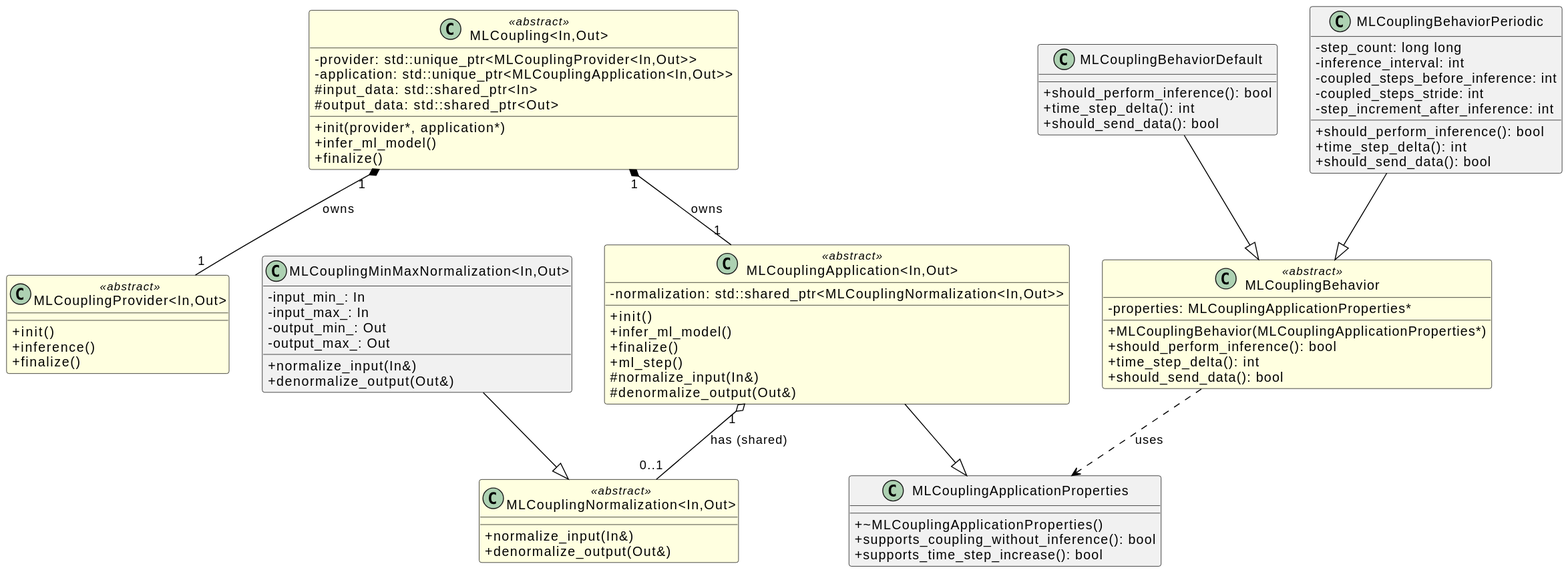
Before: documentation/CPP_NEW_ML_Interface.svg, a diagram exported from PlantUML (chrisb09/CPP-ML-Interface). Source of this version:
```plantuml
@startuml
skinparam classAttributeIconSize 0
skinparam backgroundColor #FFFFFF
skinparam class {
    BackgroundColor<<abstract>> LightYellow
    BorderColor Black
    ArrowColor Black
}


class "MLCoupling<In,Out>" <<abstract>> {
    - provider: std::unique_ptr<MLCouplingProvider<In,Out>>
    - application: std::unique_ptr<MLCouplingApplication<In,Out>>
    # input_data: std::shared_ptr<In>
    # output_data: std::shared_ptr<Out>
    + init(provider*, application*)
    + infer_ml_model()
    + finalize()
}

class "MLCouplingProvider<In,Out>" <<abstract>> {
    + init()
    + inference()
    + finalize()
}

class "MLCouplingApplication<In,Out>" <<abstract>> {
    - normalization: std::shared_ptr<MLCouplingNormalization<In,Out>>
    + init()
    + infer_ml_model()
    + finalize()
    + ml_step()
    # normalize_input(In&)
    # denormalize_output(Out&)
}

class "MLCouplingNormalization<In,Out>" <<abstract>> {
    + normalize_input(In&)
    + denormalize_output(Out&)
}

class "MLCouplingMinMaxNormalization<In,Out>" {
    - input_min_: In
    - input_max_: In
    - output_min_: Out
    - output_max_: Out
    + normalize_input(In&)
    + denormalize_output(Out&)
}

class "MLCouplingApplicationProperties" {
    + ~MLCouplingApplicationProperties()
    + supports_coupling_without_inference(): bool
    + supports_time_step_increase(): bool
}

class "MLCouplingBehavior" <<abstract>> {
    - properties: MLCouplingApplicationProperties*
    + MLCouplingBehavior(MLCouplingApplicationProperties*)
    + should_perform_inference(): bool
    + time_step_delta(): int
    + should_send_data(): bool
}

class "MLCouplingBehaviorDefault" {
    + should_perform_inference(): bool
    + time_step_delta(): int
    + should_send_data(): bool
}

class "MLCouplingBehaviorPeriodic" {
    - step_count: long long
    - inference_interval: int
    - coupled_steps_before_inference: int
    - coupled_steps_stride: int
    - step_increment_after_inference: int
    + should_perform_inference(): bool
    + time_step_delta(): int
    + should_send_data(): bool
}

"MLCoupling<In,Out>" "1" *-- "1" "MLCouplingProvider<In,Out>" : owns
"MLCoupling<In,Out>" "1" *-- "1" "MLCouplingApplication<In,Out>" : owns
"MLCouplingApplication<In,Out>" "1" o-- "0..1" "MLCouplingNormalization<In,Out>" : has (shared)
"MLCouplingMinMaxNormalization<In,Out>" --|> "MLCouplingNormalization<In,Out>"

"MLCouplingApplication<In,Out>" --|> "MLCouplingApplicationProperties"
"MLCouplingBehavior" ..> "MLCouplingApplicationProperties" : uses
"MLCouplingBehaviorDefault" --|> "MLCouplingBehavior"
"MLCouplingBehaviorPeriodic" --|> "MLCouplingBehavior"
@enduml
```
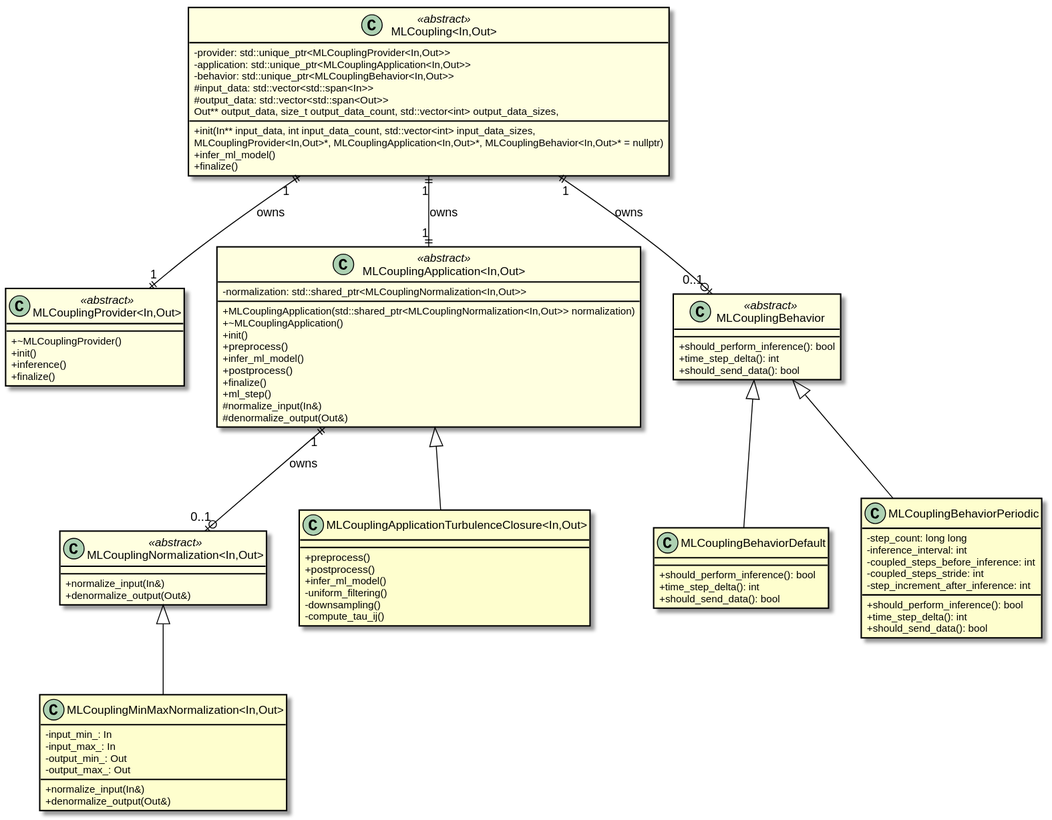
The same diagram one commit later.

Commit message:
Refactor ML Coupling Application and Behavior Classes

What changed in the source:
```diff
@@ -1,4 +1,6 @@
-@startuml
+@startuml CPP_NEW_ML_Interface
+
+top to bottom direction
 skinparam classAttributeIconSize 0
 skinparam backgroundColor #FFFFFF
 skinparam class {
@@ -11,23 +13,31 @@
 class "MLCoupling<In,Out>" <<abstract>> {
     - provider: std::unique_ptr<MLCouplingProvider<In,Out>>
     - application: std::unique_ptr<MLCouplingApplication<In,Out>>
-    # input_data: std::shared_ptr<In>
-    # output_data: std::shared_ptr<Out>
-    + init(provider*, application*)
+    - behavior: std::unique_ptr<MLCouplingBehavior<In,Out>>
+    # input_data: std::vector<std::span<In>>
+    # output_data: std::vector<std::span<Out>>
+    + init(In** input_data, int input_data_count, std::vector<int> input_data_sizes,
+           Out** output_data, size_t output_data_count, std::vector<int> output_data_sizes,
+           MLCouplingProvider<In,Out>*, MLCouplingApplication<In,Out>*, MLCouplingBehavior<In,Out>* = nullptr)
     + infer_ml_model()
     + finalize()
 }
 
 class "MLCouplingProvider<In,Out>" <<abstract>> {
+    + ~MLCouplingProvider()
     + init()
     + inference()
     + finalize()
 }
 
 class "MLCouplingApplication<In,Out>" <<abstract>> {
+    + MLCouplingApplication(std::shared_ptr<MLCouplingNormalization<In,Out>> normalization)
+    + ~MLCouplingApplication()
     - normalization: std::shared_ptr<MLCouplingNormalization<In,Out>>
     + init()
+    + preprocess()
     + infer_ml_model()
+    + postprocess()
     + finalize()
     + ml_step()
     # normalize_input(In&)
@@ -48,15 +58,16 @@
     + denormalize_output(Out&)
 }
 
-class "MLCouplingApplicationProperties" {
-    + ~MLCouplingApplicationProperties()
-    + supports_coupling_without_inference(): bool
-    + supports_time_step_increase(): bool
+class "MLCouplingApplicationTurbulenceClosure<In,Out>" {
+    + preprocess()
+    + postprocess()
+    + infer_ml_model()
+    - uniform_filtering()
+    - downsampling()
+    - compute_tau_ij()
 }
 
 class "MLCouplingBehavior" <<abstract>> {
-    - properties: MLCouplingApplicationProperties*
-    + MLCouplingBehavior(MLCouplingApplicationProperties*)
     + should_perform_inference(): bool
     + time_step_delta(): int
     + should_send_data(): bool
@@ -79,13 +90,14 @@
     + should_send_data(): bool
 }
 
-"MLCoupling<In,Out>" "1" *-- "1" "MLCouplingProvider<In,Out>" : owns
-"MLCoupling<In,Out>" "1" *-- "1" "MLCouplingApplication<In,Out>" : owns
-"MLCouplingApplication<In,Out>" "1" o-- "0..1" "MLCouplingNormalization<In,Out>" : has (shared)
-"MLCouplingMinMaxNormalization<In,Out>" --|> "MLCouplingNormalization<In,Out>"
+"MLCoupling<In,Out>" "1" ||--|| "1" "MLCouplingProvider<In,Out>" : owns
+"MLCoupling<In,Out>" "1" ||--|| "1" "MLCouplingApplication<In,Out>" : owns
+"MLCoupling<In,Out>" "1" ||--o| "0..1" "MLCouplingBehavior" : owns
+"MLCouplingApplication<In,Out>" "1" ||--o| "0..1" "MLCouplingNormalization<In,Out>" : owns
+"MLCouplingNormalization<In,Out>" <|-- "MLCouplingMinMaxNormalization<In,Out>"
 
-"MLCouplingApplication<In,Out>" --|> "MLCouplingApplicationProperties"
-"MLCouplingBehavior" ..> "MLCouplingApplicationProperties" : uses
-"MLCouplingBehaviorDefault" --|> "MLCouplingBehavior"
-"MLCouplingBehaviorPeriodic" --|> "MLCouplingBehavior"
+"MLCouplingApplication<In,Out>" <|-- "MLCouplingApplicationTurbulenceClosure<In,Out>"
+"MLCouplingBehavior" <|-- "MLCouplingBehaviorDefault"
+"MLCouplingBehavior" <|-- "MLCouplingBehaviorPeriodic"
+
 @enduml
```
